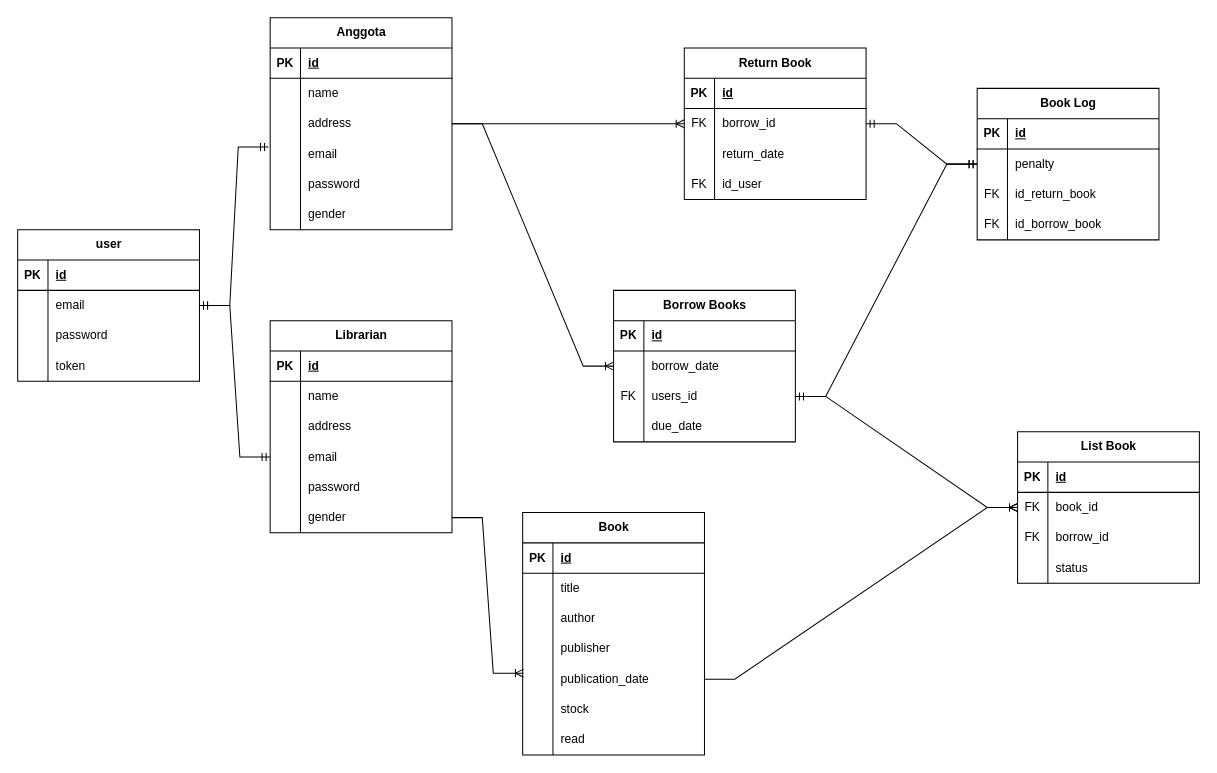
Before: page "Entity" (1 of 3) of Diagram Tanpa Judul.drawio in Syaal/library, a draw.io diagram. Source tidied: cells renumbered, new cells numbered last; positions are measured from the earlier drawing's top-left corner, leaving out a move shared by most shapes. Both pictures are drawn from the tidied source at 101%, with x=0, y=0 at pixel (17, 17).
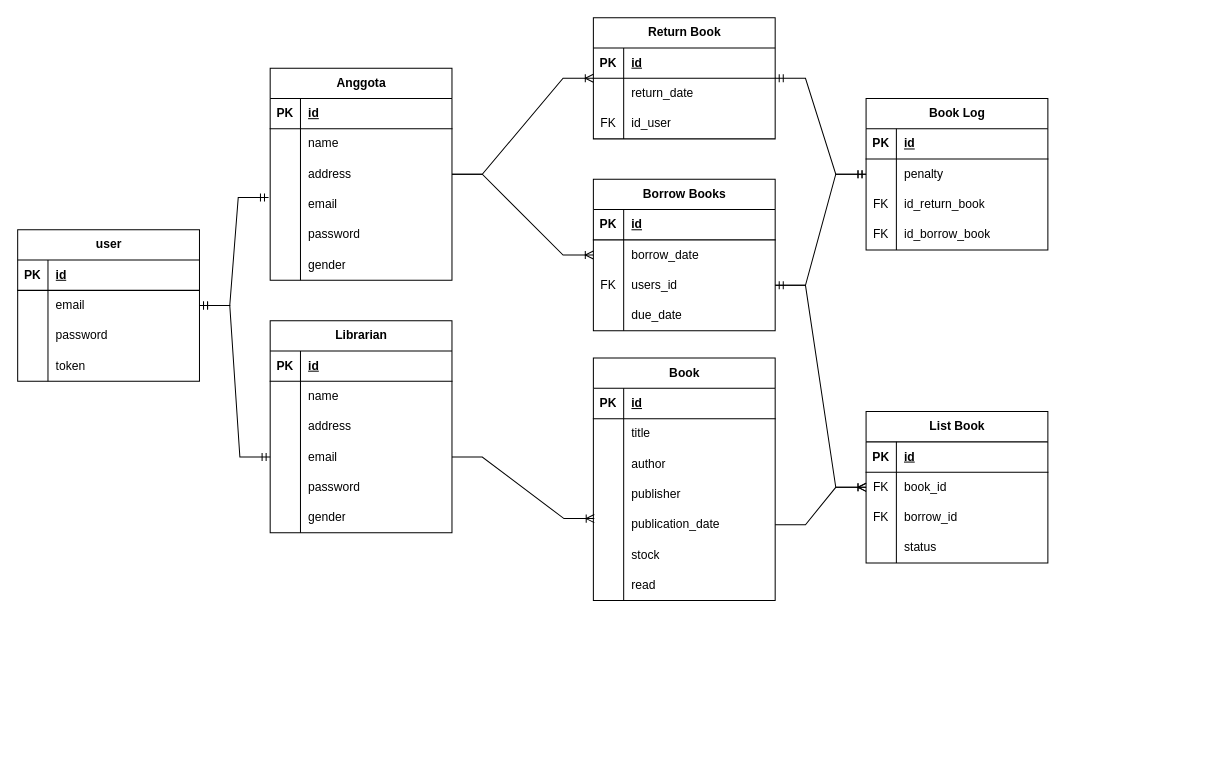
The same page after the edit.

The change refers to these unchanged cells:
```xml
<mxCell id="15" style="shape=tableRow;horizontal=0;startSize=0;swimlaneHead=0;swimlaneBody=0;fillColor=none;points=[[0,0.5],[1,0.5]];portConstraint=eastwest;top=0;left=0;right=0;bottom=0;" parent="2" vertex="1">
  <mxGeometry y="150" width="180" height="30" as="geometry" />
</mxCell>
<mxCell id="96" style="shape=tableRow;horizontal=0;startSize=0;swimlaneHead=0;swimlaneBody=0;fillColor=none;points=[[0,0.5],[1,0.5]];portConstraint=eastwest;top=0;left=0;right=0;bottom=0;" parent="86" vertex="1">
  <mxGeometry y="120" width="180" height="30" as="geometry" />
</mxCell>
<mxCell id="102" style="shape=tableRow;horizontal=0;startSize=0;swimlaneHead=0;swimlaneBody=0;fillColor=none;points=[[0,0.5],[1,0.5]];portConstraint=eastwest;top=0;left=0;right=0;bottom=0;" parent="86" vertex="1">
  <mxGeometry y="180" width="180" height="30" as="geometry" />
</mxCell>
```

What changed in the source:
```diff
@@
     <mxCell id="2" value="Book" style="shape=table;startSize=30;childLayout=tableLayout;rowLines=0;fontStyle=1;align=center;html=1;" parent="1" vertex="1">
-      <mxGeometry x="500" y="490" width="180" height="240" as="geometry" />
+      <mxGeometry x="570" y="337" width="180" height="240" as="geometry" />
     </mxCell>
@@
     <mxCell id="24" value="Anggota" style="shape=table;startSize=30;childLayout=tableLayout;rowLines=0;fontStyle=1;align=center;html=1;" parent="1" vertex="1">
-      <mxGeometry x="250" width="180" height="210" as="geometry" />
+      <mxGeometry x="250" y="50" width="180" height="210" as="geometry" />
     </mxCell>
@@
     <mxCell id="43" value="Borrow Books" style="shape=table;startSize=30;childLayout=tableLayout;rowLines=0;fontStyle=1;align=center;html=1;" parent="1" vertex="1">
-      <mxGeometry x="590" y="270" width="180" height="150" as="geometry" />
+      <mxGeometry x="570" y="160" width="180" height="150" as="geometry" />
     </mxCell>
@@
     <mxCell id="57" value="Return Book" style="shape=table;startSize=30;childLayout=tableLayout;rowLines=0;fontStyle=1;align=center;html=1;" parent="1" vertex="1">
-      <mxGeometry x="660" y="30" width="180" height="150" as="geometry" />
+      <mxGeometry x="570" width="180" height="120" as="geometry" />
     </mxCell>
@@
-    <mxCell id="61" style="shape=tableRow;horizontal=0;startSize=0;swimlaneHead=0;swimlaneBody=0;fillColor=none;top=0;left=0;right=0;bottom=0;" parent="57" vertex="1">
-      <mxGeometry y="60" width="180" height="30" as="geometry" />
-    </mxCell>
-    <mxCell id="62" value="FK" style="shape=partialRectangle;fillColor=none;top=0;left=0;bottom=0;right=0;overflow=hidden;whiteSpace=wrap;html=1;" parent="61" vertex="1">
-      <mxGeometry width="30" height="30" as="geometry" />
-    </mxCell>
-    <mxCell id="63" value="borrow_id" style="shape=partialRectangle;fillColor=none;top=0;left=0;bottom=0;right=0;align=left;spacingLeft=6;overflow=hidden;whiteSpace=wrap;html=1;" parent="61" vertex="1">
-      <mxGeometry x="30" width="150" height="30" as="geometry" />
-    </mxCell>
     <mxCell id="64" style="shape=tableRow;horizontal=0;startSize=0;swimlaneHead=0;swimlaneBody=0;fillColor=none;top=0;left=0;right=0;bottom=0;" parent="57" vertex="1">
-      <mxGeometry y="90" width="180" height="30" as="geometry" />
+      <mxGeometry y="60" width="180" height="30" as="geometry" />
     </mxCell>
@@
     <mxCell id="67" style="shape=tableRow;horizontal=0;startSize=0;swimlaneHead=0;swimlaneBody=0;fillColor=none;top=0;left=0;right=0;bottom=0;" parent="57" vertex="1">
-      <mxGeometry y="120" width="180" height="30" as="geometry" />
+      <mxGeometry y="90" width="180" height="30" as="geometry" />
     </mxCell>
@@
     <mxCell id="70" value="Book Log" style="shape=table;startSize=30;childLayout=tableLayout;rowLines=0;fontStyle=1;align=center;html=1;" parent="1" vertex="1">
-      <mxGeometry x="950" y="70" width="180" height="150" as="geometry" />
+      <mxGeometry x="840" y="80" width="180" height="150" as="geometry" />
     </mxCell>
@@
-    <mxCell id="120" style="edgeStyle=entityRelationEdgeStyle;fontSize=12;html=1;endArrow=ERoneToMany;rounded=0;entryX=0.005;entryY=0.299;entryDx=0;entryDy=0;entryPerimeter=0;" parent="1" edge="1" source="102" target="15">
+    <mxCell id="120" style="edgeStyle=entityRelationEdgeStyle;fontSize=12;html=1;endArrow=ERoneToMany;rounded=0;entryX=0.005;entryY=0.299;entryDx=0;entryDy=0;entryPerimeter=0;" parent="1" edge="1" source="96" target="15">
       <mxGeometry relative="1" as="geometry">
         <Array as="points">
           <mxPoint x="451" y="530" />
         </Array>
       </mxGeometry>
     </mxCell>
     <mxCell id="121" value="List Book" style="shape=table;startSize=30;childLayout=tableLayout;rowLines=0;fontStyle=1;align=center;html=1;" parent="1" vertex="1">
-      <mxGeometry x="990" y="410" width="180" height="150" as="geometry" />
+      <mxGeometry x="840" y="390" width="180" height="150" as="geometry" />
     </mxCell>
```
